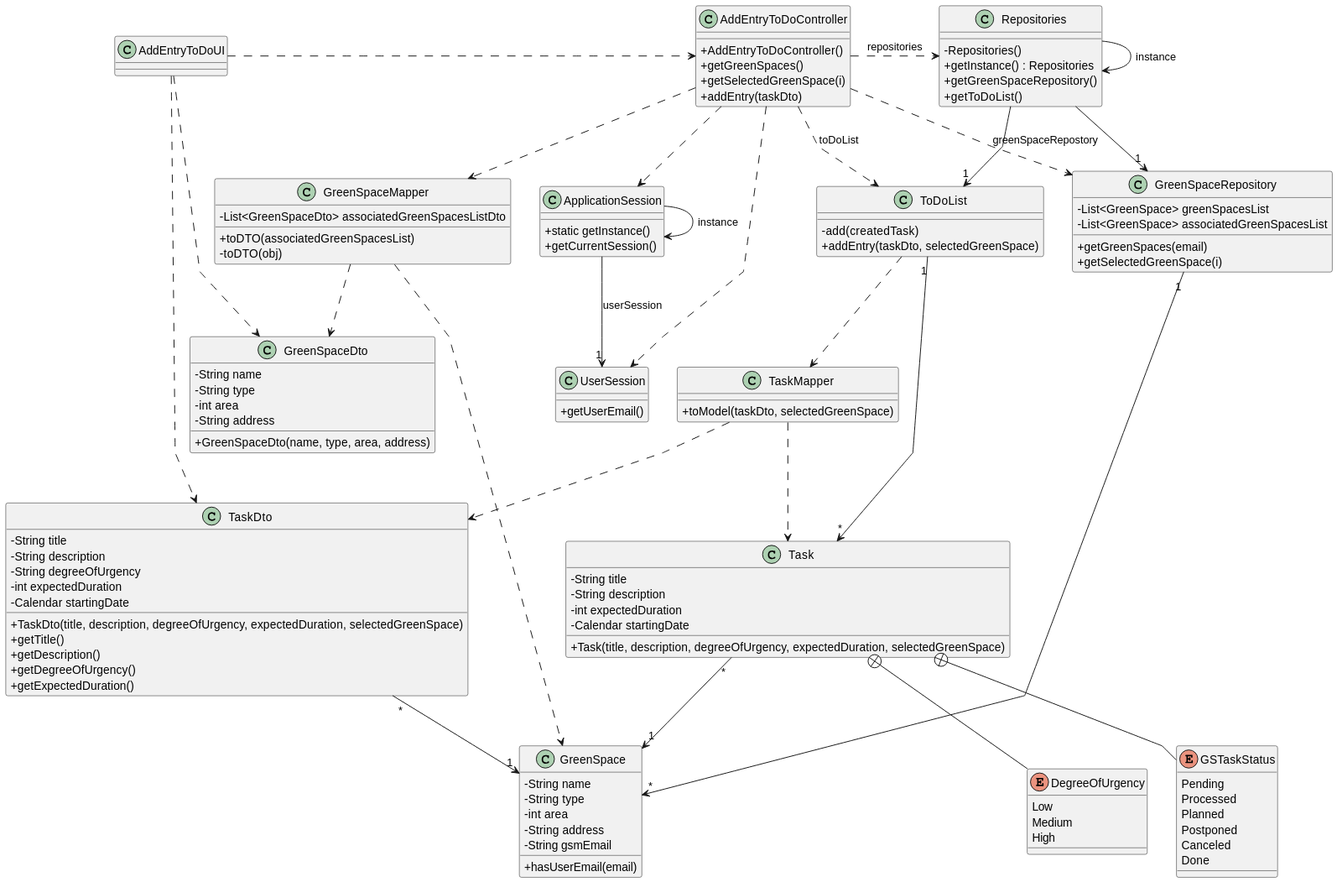
Departamento-de-Engenharia-Informatica/lei-24-s2-1dm-g132 keeps this PlantUML diagram as docs/sprintC/us021/03.design/svg/us021-class-diagram.svg. Above is the earlier version.
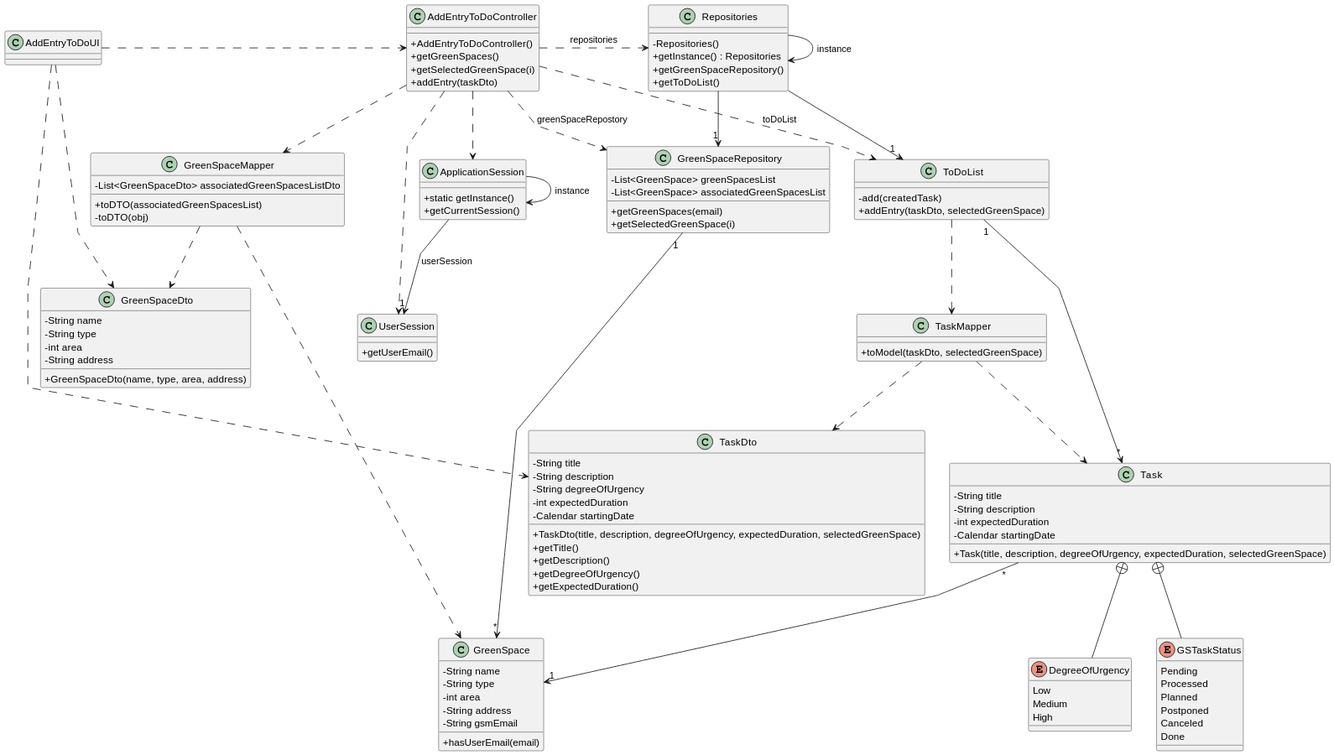
The same file after the commit.

Commit message:
US21, 22 and 23 class diagram minor correction

The edit, as a diff of the source:
```diff
@@ -155,7 +155,6 @@
 
 TaskMapper ..> TaskDto
 TaskMapper ..> Task
-TaskDto "*" --> "1" GreenSpace
 
 GreenSpaceMapper ..> GreenSpaceDto
 GreenSpaceMapper ..> GreenSpace
```
